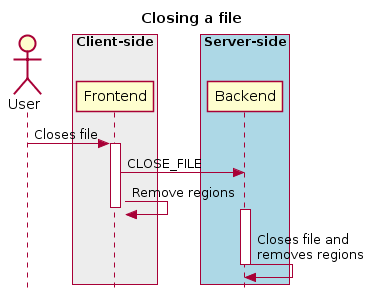
The PlantUML diagram docs/images/image17.png in CARTAvis/carta-protobuf, before a commit. Source of this version:
```plantuml
@startuml
skinparam style strictuml
hide footbox
title Closing a file

actor User
box "Client-side"  #EDEDED
participant Frontend
end box

box "Server-side" #lightblue
participant Backend
end box
User -> Frontend : Closes file
activate Frontend
Frontend -> Backend : CLOSE_FILE
Frontend -> Frontend : Remove regions
deactivate Frontend
activate Backend
Backend -> Backend : Closes file and\nremoves regions
deactivate Backend
@enduml
```
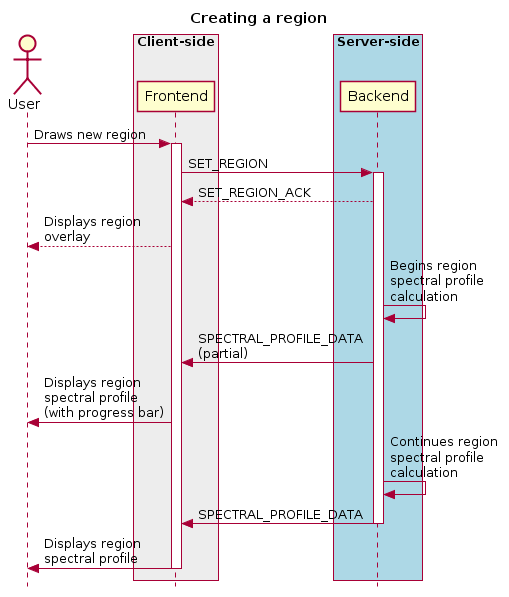
Above is the later version.

Change to the diagram source:
```diff
@@ -1,22 +1,28 @@
 @startuml
 skinparam style strictuml
 hide footbox
-title Closing a file
+title Creating a region
 
 actor User
-box "Client-side"  #EDEDED
-participant Frontend
+box "Client-side" #EDEDED
+        participant Frontend
 end box
 
 box "Server-side" #lightblue
-participant Backend
+	participant Backend
 end box
-User -> Frontend : Closes file
+User -> Frontend: Draws new region
 activate Frontend
-Frontend -> Backend : CLOSE_FILE
-Frontend -> Frontend : Remove regions
+Frontend -> Backend : SET_REGION
+activate Backend
+Frontend <-- Backend : SET_REGION_ACK
+User <-- Frontend: Displays region\noverlay
+Backend <- Backend : Begins region\nspectral profile\ncalculation
+Frontend <- Backend : SPECTRAL_PROFILE_DATA\n(partial)
+User <- Frontend : Displays region\nspectral profile\n(with progress bar)
+Backend <- Backend : Continues region\nspectral profile\ncalculation
+Frontend <- Backend : SPECTRAL_PROFILE_DATA
+deactivate Backend
+User <- Frontend : Displays region\nspectral profile
 deactivate Frontend
-activate Backend
-Backend -> Backend : Closes file and\nremoves regions
-deactivate Backend
 @enduml
```
